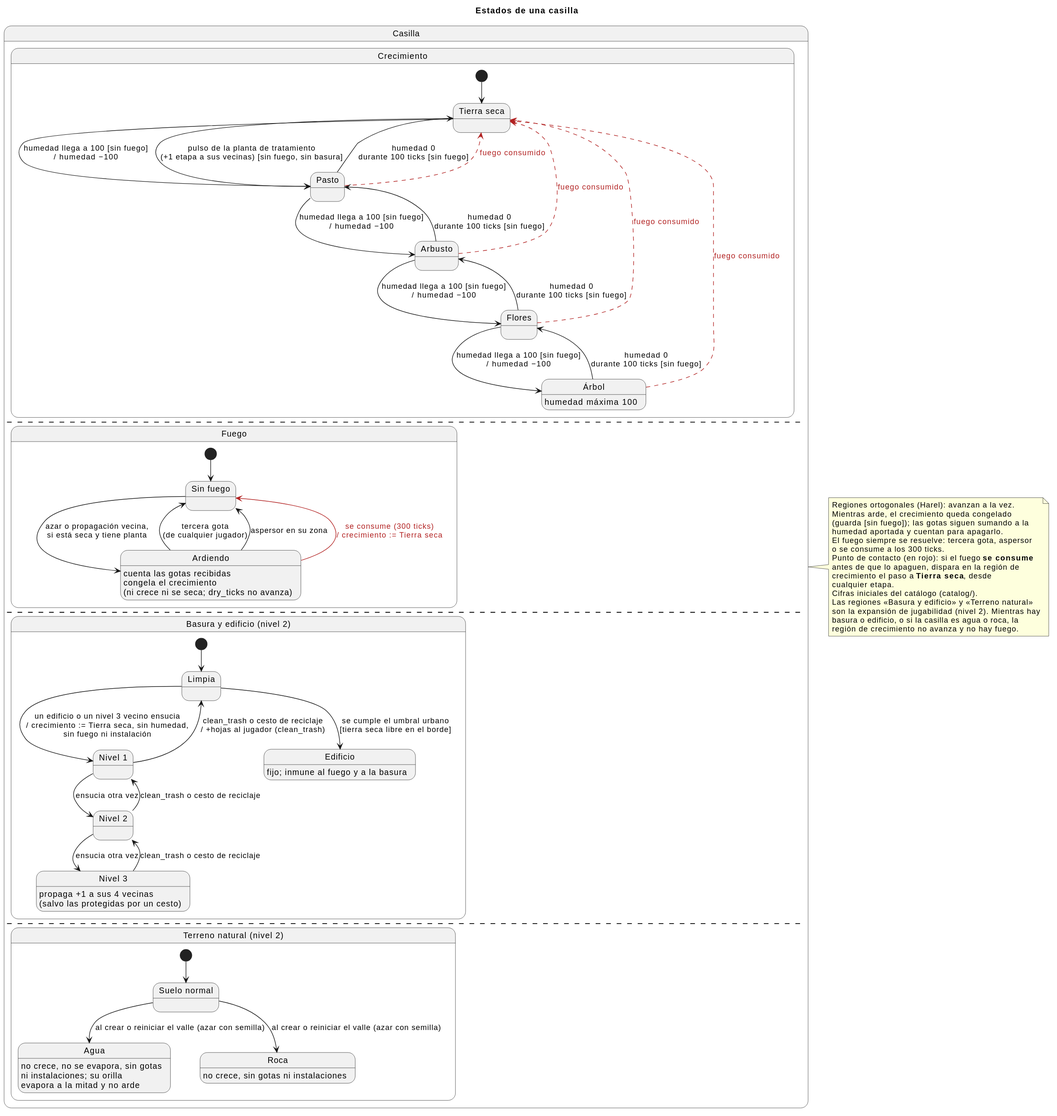
Earlier version of the PlantUML export docs/diagrams/05-estados-casilla.svg (iadev2005/hydrovalley).
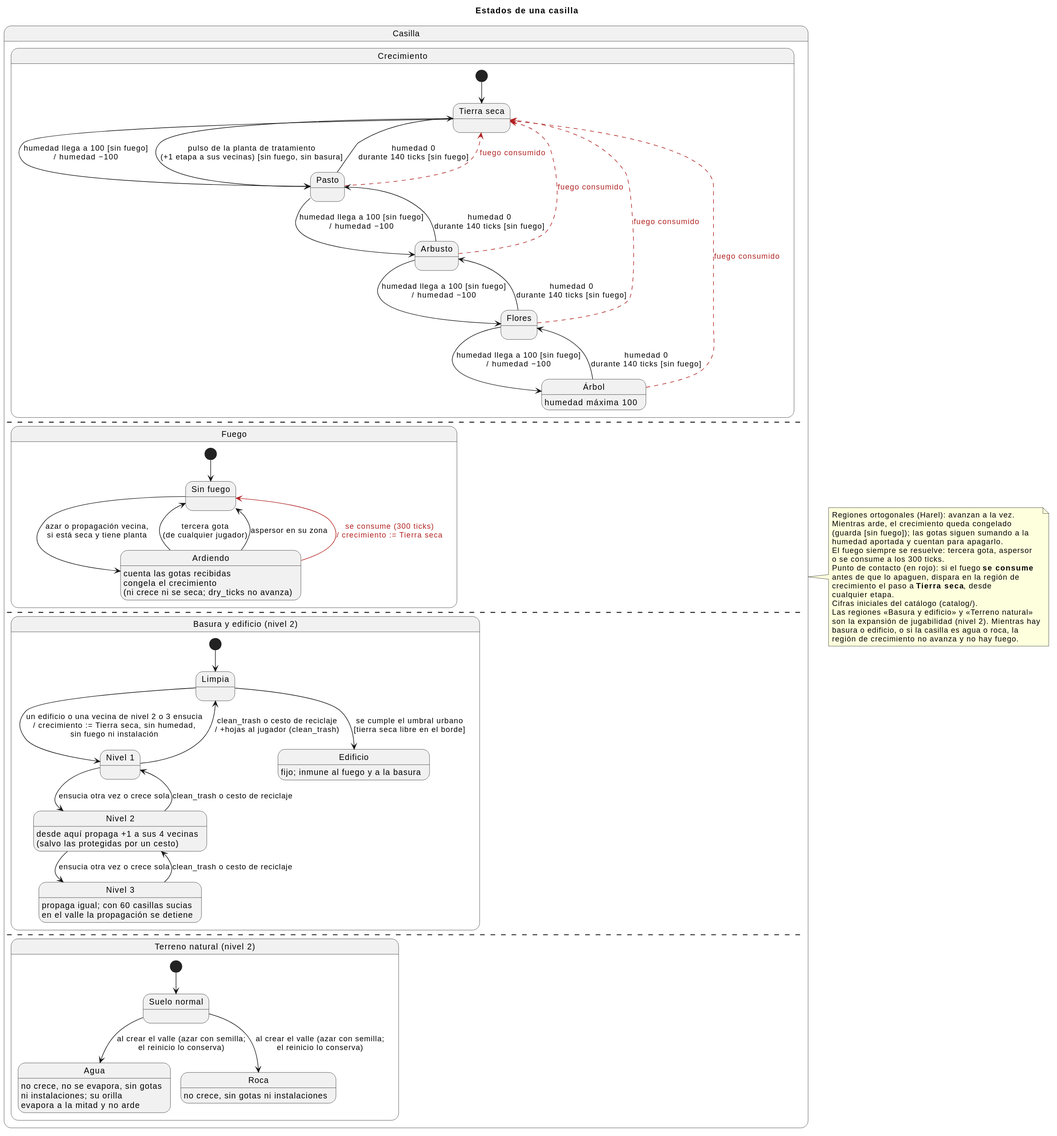
The same file after the commit.

Commit message:
docs(diagrams): regenerate the SVGs of diagrams 05 and 06

Diff of the diagram source:
```diff
@@ -15,10 +15,10 @@
     Pasto --> Arbusto : humedad llega a 100 [sin fuego]\n/ humedad −100
     Arbusto --> Flores : humedad llega a 100 [sin fuego]\n/ humedad −100
     Flores --> Arbol : humedad llega a 100 [sin fuego]\n/ humedad −100
-    Arbol --> Flores : humedad 0\ndurante 100 ticks [sin fuego]
-    Flores --> Arbusto : humedad 0\ndurante 100 ticks [sin fuego]
-    Arbusto --> Pasto : humedad 0\ndurante 100 ticks [sin fuego]
-    Pasto --> Seca : humedad 0\ndurante 100 ticks [sin fuego]
+    Arbol --> Flores : humedad 0\ndurante 140 ticks [sin fuego]
+    Flores --> Arbusto : humedad 0\ndurante 140 ticks [sin fuego]
+    Arbusto --> Pasto : humedad 0\ndurante 140 ticks [sin fuego]
+    Pasto --> Seca : humedad 0\ndurante 140 ticks [sin fuego]
     Seca --> Pasto : pulso de la planta de tratamiento\n(+1 etapa a sus vecinas) [sin fuego, sin basura]
     Pasto -[#B22222,dashed]-> Seca : <color:#B22222>fuego consumido</color>
     Arbusto -[#B22222,dashed]-> Seca : <color:#B22222>fuego consumido</color>
@@ -46,13 +46,14 @@
     state "Nivel 3" as T3
     state "Edificio" as Edificio
     Edificio : fijo; inmune al fuego y a la basura
-    T3 : propaga +1 a sus 4 vecinas\n(salvo las protegidas por un cesto)
+    T2 : desde aquí propaga +1 a sus 4 vecinas\n(salvo las protegidas por un cesto)
+    T3 : propaga igual; con 60 casillas sucias\nen el valle la propagación se detiene
 
     [*] --> Limpia
     Limpia --> Edificio : se cumple el umbral urbano\n[tierra seca libre en el borde]
-    Limpia --> T1 : un edificio o un nivel 3 vecino ensucia\n/ crecimiento := Tierra seca, sin humedad,\nsin fuego ni instalación
-    T1 --> T2 : ensucia otra vez
-    T2 --> T3 : ensucia otra vez
+    Limpia --> T1 : un edificio o una vecina de nivel 2 o 3 ensucia\n/ crecimiento := Tierra seca, sin humedad,\nsin fuego ni instalación
+    T1 --> T2 : ensucia otra vez o crece sola
+    T2 --> T3 : ensucia otra vez o crece sola
     T3 --> T2 : clean_trash o cesto de reciclaje
     T2 --> T1 : clean_trash o cesto de reciclaje
     T1 --> Limpia : clean_trash o cesto de reciclaje\n/ +hojas al jugador (clean_trash)
@@ -66,8 +67,8 @@
     Roca : no crece, sin gotas ni instalaciones
 
     [*] --> Normal
-    Normal --> Agua : al crear o reiniciar el valle (azar con semilla)
-    Normal --> Roca : al crear o reiniciar el valle (azar con semilla)
+    Normal --> Agua : al crear el valle (azar con semilla;\nel reinicio lo conserva)
+    Normal --> Roca : al crear el valle (azar con semilla;\nel reinicio lo conserva)
   }
 }
 
```
